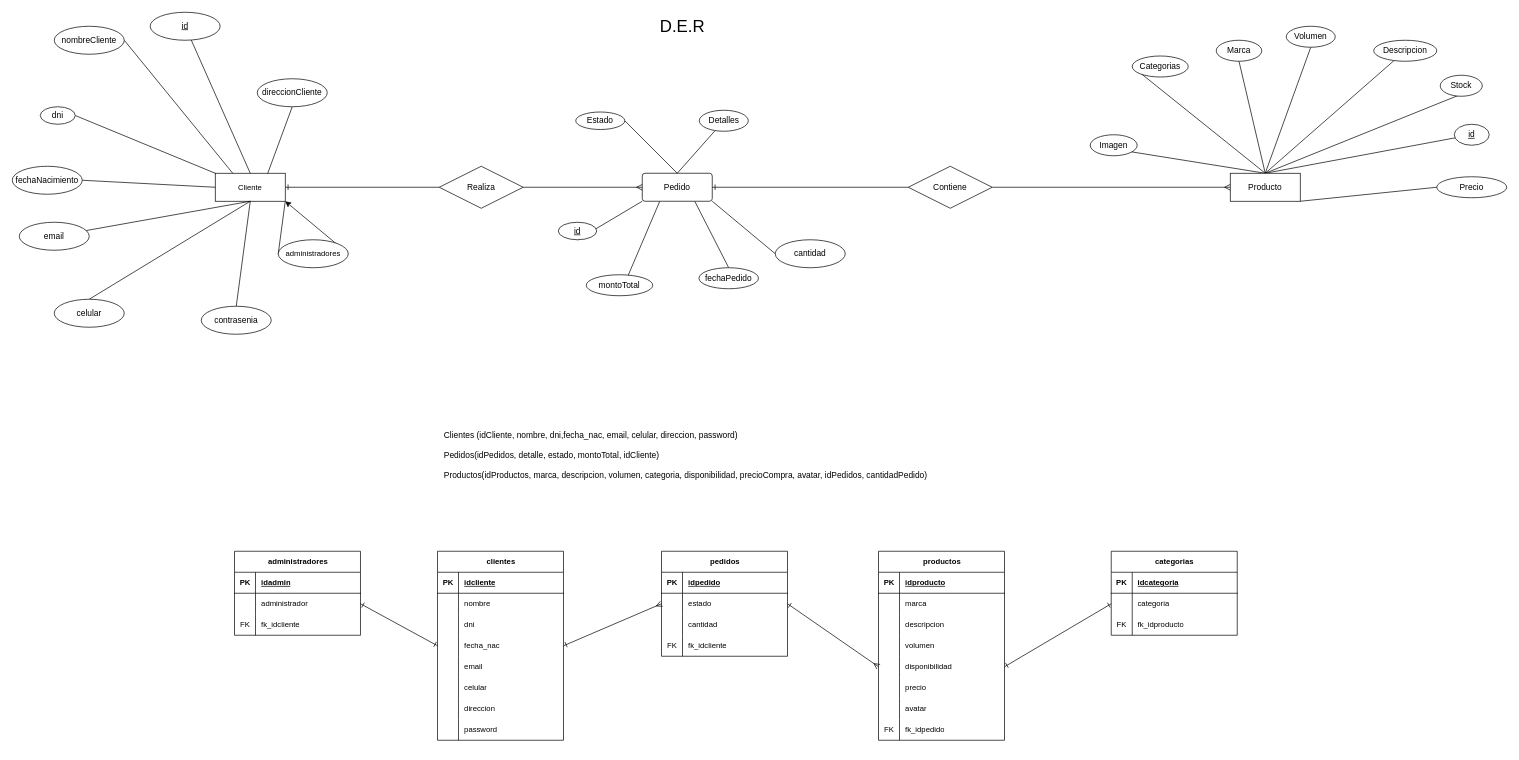
This is script - base de datos/base de datos.drawio from Martin3jo/Grupo_3_DHComerce, a draw.io file, before an edit. Source tidied: cells renumbered, new cells numbered last; positions are measured from the earlier drawing's top-left corner, leaving out a move shared by most shapes. Both pictures are drawn from the tidied source at 70%, with x=0, y=0 at pixel (12, 12).
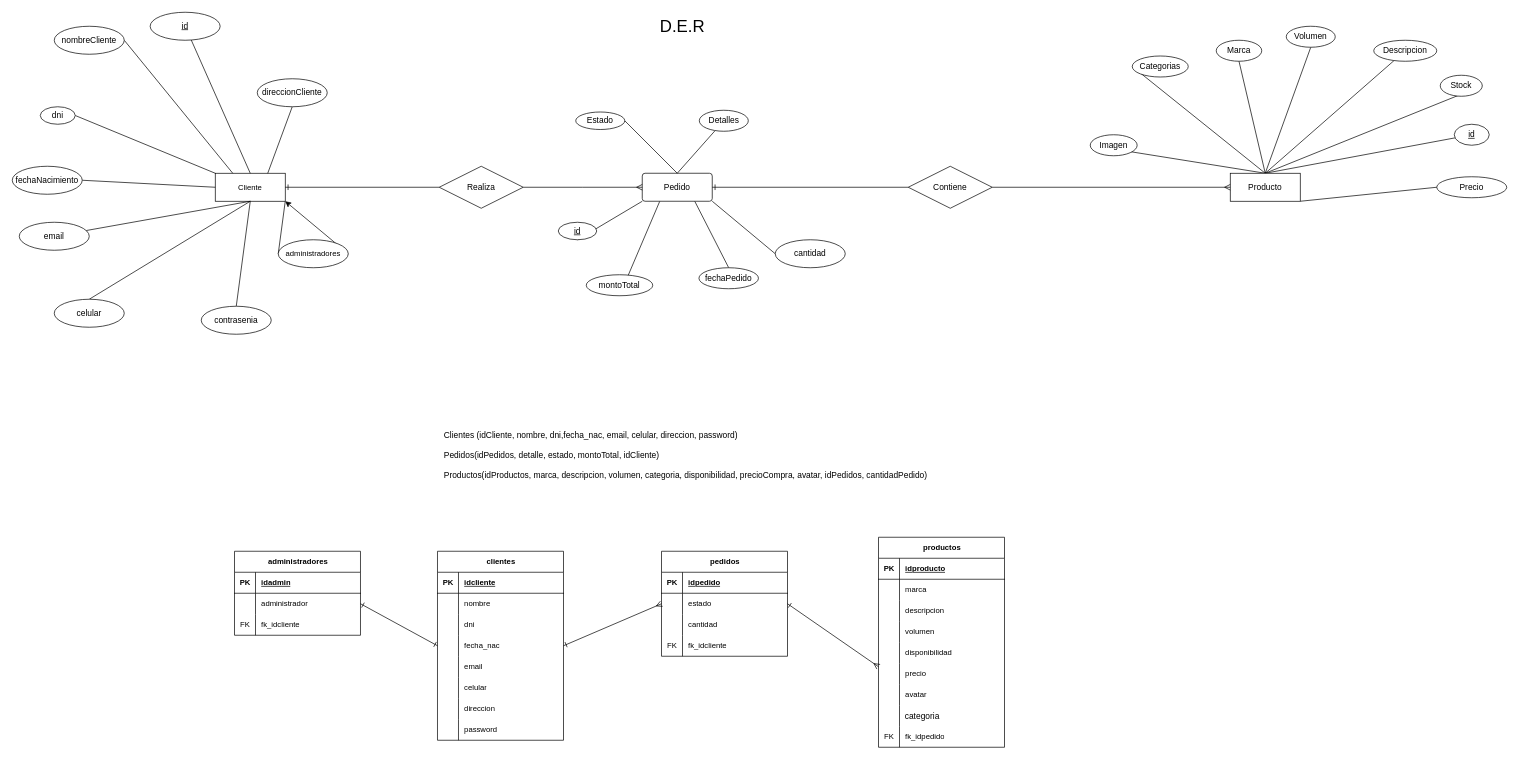
The same diagram, later.

The edit, as a diff of the source:
```diff
@@
     <mxCell id="97" value="productos" style="shape=table;startSize=30;childLayout=tableLayout;rowLines=0;fontStyle=1;align=center;html=1;fontFamily=Helvetica;fontSize=11;fontColor=default;labelBackgroundColor=default;" parent="1" vertex="1">
-      <mxGeometry x="1237.5" y="770" width="180" height="270" as="geometry" />
+      <mxGeometry x="1237.5" y="750" width="180" height="300" as="geometry" />
     </mxCell>
@@
+    <mxCell id="147" style="shape=tableRow;horizontal=0;startSize=0;swimlaneHead=0;swimlaneBody=0;fillColor=none;top=0;left=0;right=0;bottom=0;" parent="97" vertex="1">
+      <mxGeometry y="240" width="180" height="30" as="geometry" />
+    </mxCell>
+    <mxCell id="148" style="shape=partialRectangle;fillColor=none;top=0;left=0;bottom=0;right=0;overflow=hidden;" parent="147" vertex="1">
+      <mxGeometry width="30" height="30" as="geometry" />
+    </mxCell>
+    <mxCell id="142" value="categoria" style="shape=partialRectangle;fillColor=none;top=0;left=0;bottom=0;right=0;align=left;spacingLeft=6;overflow=hidden;" parent="147" vertex="1">
+      <mxGeometry x="30" width="150" height="30" as="geometry" />
+    </mxCell>
     <mxCell id="119" style="shape=tableRow;horizontal=0;startSize=0;swimlaneHead=0;swimlaneBody=0;fillColor=none;top=0;left=0;right=0;bottom=0;fontFamily=Helvetica;fontSize=11;fontColor=default;labelBackgroundColor=default;" parent="97" vertex="1">
-      <mxGeometry y="240" width="180" height="30" as="geometry" />
+      <mxGeometry y="270" width="180" height="30" as="geometry" />
     </mxCell>
@@
-    <mxCell id="136" value="categorias" style="shape=table;startSize=30;childLayout=tableLayout;rowLines=0;fontStyle=1;align=center;html=1;fontFamily=Helvetica;fontSize=11;fontColor=default;labelBackgroundColor=default;" parent="1" vertex="1">
-      <mxGeometry x="1570" y="770" width="180" height="120" as="geometry" />
-    </mxCell>
-    <mxCell id="137" style="shape=tableRow;horizontal=0;startSize=0;swimlaneHead=0;swimlaneBody=0;fillColor=none;top=0;left=0;right=0;bottom=1;fontFamily=Helvetica;fontSize=11;fontColor=default;labelBackgroundColor=default;" parent="136" vertex="1">
-      <mxGeometry y="30" width="180" height="30" as="geometry" />
-    </mxCell>
-    <mxCell id="138" value="PK" style="shape=partialRectangle;fillColor=none;top=0;left=0;bottom=0;right=0;fontStyle=1;overflow=hidden;whiteSpace=wrap;html=1;fontFamily=Helvetica;fontSize=11;fontColor=default;labelBackgroundColor=default;" parent="137" vertex="1">
-      <mxGeometry width="30" height="30" as="geometry" />
-    </mxCell>
-    <mxCell id="139" value="idcategoria" style="shape=partialRectangle;fillColor=none;top=0;left=0;bottom=0;right=0;align=left;spacingLeft=6;fontStyle=5;overflow=hidden;whiteSpace=wrap;html=1;fontFamily=Helvetica;fontSize=11;fontColor=default;labelBackgroundColor=default;" parent="137" vertex="1">
-      <mxGeometry x="30" width="150" height="30" as="geometry" />
-    </mxCell>
-    <mxCell id="140" style="shape=tableRow;horizontal=0;startSize=0;swimlaneHead=0;swimlaneBody=0;fillColor=none;points=[[0,0.5],[1,0.5]];portConstraint=eastwest;top=0;left=0;right=0;bottom=0;fontFamily=Helvetica;fontSize=11;fontColor=default;labelBackgroundColor=default;" parent="136" vertex="1">
-      <mxGeometry y="60" width="180" height="30" as="geometry" />
-    </mxCell>
-    <mxCell id="141" style="shape=partialRectangle;fillColor=none;top=0;left=0;bottom=0;right=0;overflow=hidden;whiteSpace=wrap;html=1;fontFamily=Helvetica;fontSize=11;fontColor=default;labelBackgroundColor=default;" parent="140" vertex="1">
-      <mxGeometry width="30" height="30" as="geometry" />
-    </mxCell>
-    <mxCell id="142" value="categoria" style="shape=partialRectangle;fillColor=none;top=0;left=0;bottom=0;right=0;align=left;spacingLeft=6;overflow=hidden;whiteSpace=wrap;html=1;fontFamily=Helvetica;fontSize=11;fontColor=default;labelBackgroundColor=default;" parent="140" vertex="1">
-      <mxGeometry x="30" width="150" height="30" as="geometry" />
-    </mxCell>
-    <mxCell id="143" style="shape=tableRow;horizontal=0;startSize=0;swimlaneHead=0;swimlaneBody=0;fillColor=none;top=0;left=0;right=0;bottom=0;fontFamily=Helvetica;fontSize=11;fontColor=default;labelBackgroundColor=default;" parent="136" vertex="1">
-      <mxGeometry y="90" width="180" height="30" as="geometry" />
-    </mxCell>
-    <mxCell id="144" value="FK" style="shape=partialRectangle;fillColor=none;top=0;left=0;bottom=0;right=0;fontStyle=0;overflow=hidden;whiteSpace=wrap;html=1;fontFamily=Helvetica;fontSize=11;fontColor=default;labelBackgroundColor=default;" parent="143" vertex="1">
-      <mxGeometry width="30" height="30" as="geometry" />
-    </mxCell>
-    <mxCell id="145" value="fk_idproducto" style="shape=partialRectangle;fillColor=none;top=0;left=0;bottom=0;right=0;align=left;spacingLeft=6;fontStyle=0;overflow=hidden;whiteSpace=wrap;html=1;fontFamily=Helvetica;fontSize=11;fontColor=default;labelBackgroundColor=default;" parent="143" vertex="1">
-      <mxGeometry x="30" width="150" height="30" as="geometry" />
-    </mxCell>
-    <mxCell id="146" style="edgeStyle=none;rounded=0;jettySize=auto;html=1;exitX=0;exitY=0.5;exitDx=0;exitDy=0;entryX=1;entryY=0.5;entryDx=0;entryDy=0;strokeColor=default;align=center;verticalAlign=middle;fontFamily=Helvetica;fontSize=11;fontColor=default;labelBackgroundColor=default;endArrow=ERone;endFill=0;startArrow=ERone;startFill=0;" parent="1" edge="1" source="140">
-      <mxGeometry relative="1" as="geometry">
-        <mxPoint x="1417.5" y="935" as="targetPoint" />
-      </mxGeometry>
-    </mxCell>
```
